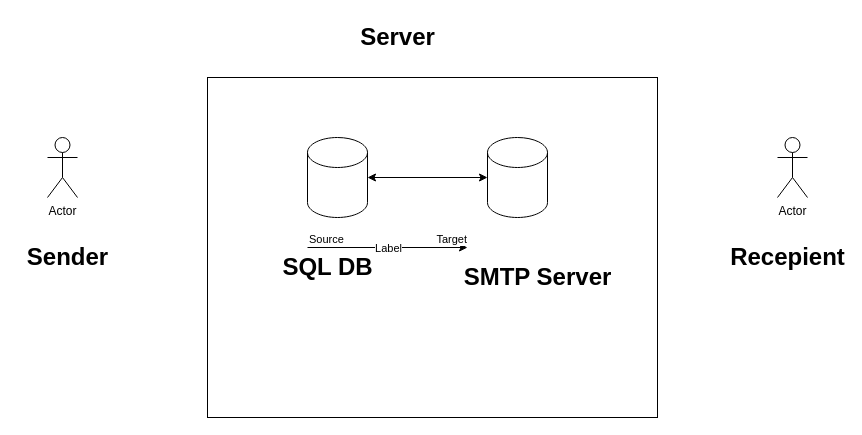
The draw.io diagram smtp.drawio in icheglakov/diagrams_, before the edit. Source tidied: cells renumbered, new cells numbered last; positions are measured from the earlier drawing's top-left corner, leaving out a move shared by most shapes. Both pictures are drawn from the tidied source at 100%, with x=0, y=0 at pixel (17, 17).
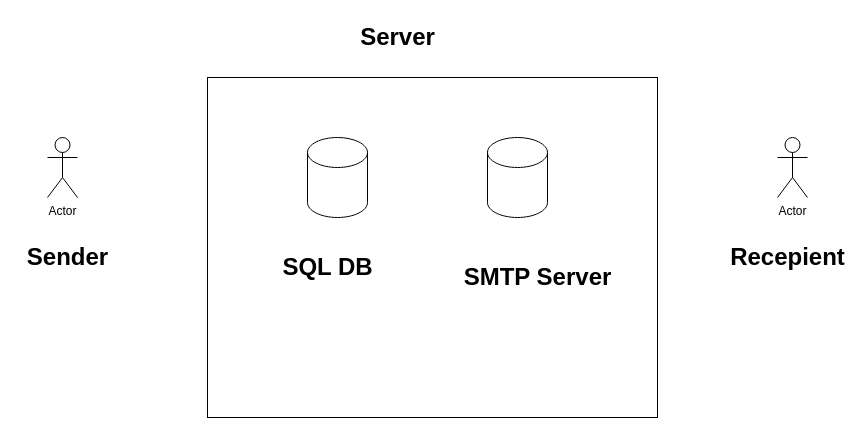
Above is the later version.

The edit, as a diff of the source:
```diff
@@
 <mxGraphModel>
   <root>
     <mxCell id="0" />
     <mxCell id="1" parent="0" />
     <mxCell id="2" style="rounded=0;whiteSpace=wrap;html=1;labelBackgroundColor=default;verticalAlign=bottom;" parent="1" vertex="1">
       <mxGeometry x="190" y="60" width="450" height="340" as="geometry" />
     </mxCell>
     <mxCell id="3" value="Server" style="text;strokeColor=none;fillColor=none;html=1;fontSize=24;fontStyle=1;verticalAlign=middle;align=center;" parent="1" vertex="1">
       <mxGeometry x="330" width="100" height="40" as="geometry" />
     </mxCell>
     <mxCell id="4" value="Actor" style="shape=umlActor;verticalLabelPosition=bottom;verticalAlign=top;html=1;" parent="1" vertex="1">
       <mxGeometry x="30" y="120" width="30" height="60" as="geometry" />
     </mxCell>
     <mxCell id="5" value="Actor" style="shape=umlActor;verticalLabelPosition=bottom;verticalAlign=top;html=1;" parent="1" vertex="1">
       <mxGeometry x="760" y="120" width="30" height="60" as="geometry" />
     </mxCell>
     <mxCell id="6" style="shape=cylinder3;whiteSpace=wrap;html=1;boundedLbl=1;backgroundOutline=1;size=15;" parent="1" vertex="1">
       <mxGeometry x="290" y="120" width="60" height="80" as="geometry" />
     </mxCell>
     <mxCell id="7" value="SQL DB" style="text;strokeColor=none;fillColor=none;html=1;fontSize=24;fontStyle=1;verticalAlign=middle;align=center;" parent="1" vertex="1">
       <mxGeometry x="260" y="220" width="100" height="60" as="geometry" />
     </mxCell>
     <mxCell id="8" style="shape=cylinder3;whiteSpace=wrap;html=1;boundedLbl=1;backgroundOutline=1;size=15;" parent="1" vertex="1">
       <mxGeometry x="470" y="120" width="60" height="80" as="geometry" />
     </mxCell>
     <mxCell id="9" value="SMTP Server&lt;br&gt;" style="text;strokeColor=none;fillColor=none;html=1;fontSize=24;fontStyle=1;verticalAlign=middle;align=center;" parent="1" vertex="1">
       <mxGeometry x="470" y="240" width="100" height="40" as="geometry" />
     </mxCell>
     <mxCell id="10" value="Sender" style="text;strokeColor=none;fillColor=none;html=1;fontSize=24;fontStyle=1;verticalAlign=middle;align=center;" parent="1" vertex="1">
       <mxGeometry y="220" width="100" height="40" as="geometry" />
     </mxCell>
     <mxCell id="11" value="Recepient" style="text;strokeColor=none;fillColor=none;html=1;fontSize=24;fontStyle=1;verticalAlign=middle;align=center;" parent="1" vertex="1">
       <mxGeometry x="720" y="220" width="100" height="40" as="geometry" />
     </mxCell>
-    <mxCell id="12" style="endArrow=classic;html=1;rounded=0;" parent="1" edge="1">
-      <mxGeometry relative="1" as="geometry">
-        <mxPoint x="290" y="230" as="sourcePoint" />
-        <mxPoint x="450" y="230" as="targetPoint" />
-      </mxGeometry>
-    </mxCell>
-    <mxCell id="13" value="Label" style="edgeLabel;html=1;align=center;verticalAlign=middle;" parent="12" vertex="1">
-      <mxGeometry relative="1" as="geometry" />
-    </mxCell>
-    <mxCell id="14" value="Source" style="edgeLabel;html=1;align=left;verticalAlign=bottom;" parent="12" vertex="1">
-      <mxGeometry x="-1" relative="1" as="geometry" />
-    </mxCell>
-    <mxCell id="15" value="Target" style="edgeLabel;html=1;align=right;verticalAlign=bottom;" parent="12" vertex="1">
-      <mxGeometry x="1" relative="1" as="geometry" />
-    </mxCell>
-    <mxCell id="16" style="endArrow=classic;startArrow=classic;html=1;rounded=0;" parent="1" edge="1" source="6" target="8">
-      <mxGeometry relative="1" as="geometry" />
-    </mxCell>
   </root>
 </mxGraphModel>
```
